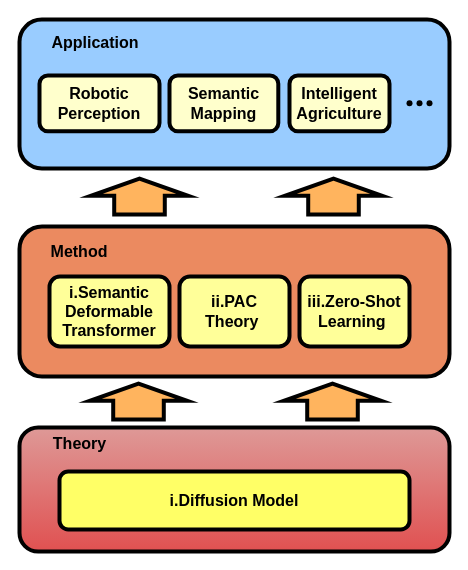
Before: RP2/Framework.drawio in KopiSoftware/draw_cc_cloud, a draw.io diagram. Source tidied: cells renumbered, new cells numbered last; positions are measured from the earlier drawing's top-left corner, leaving out a move shared by most shapes. Both pictures are drawn from the tidied source at 100%, with x=0, y=0 at pixel (19, 19).
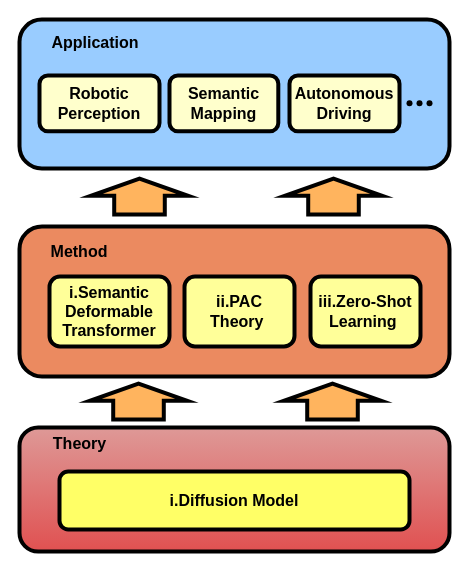
The same page after the edit.

The change refers to these unchanged cells:
```xml
<mxCell id="6" style="group;fillColor=default;" parent="1" vertex="1">
  <mxGeometry width="430" height="157" as="geometry" />
</mxCell>
```

Diff of the diagram source:
```diff
@@
-    <mxCell id="9" value="&lt;b&gt;&lt;font style=&quot;font-size: 16px;&quot;&gt;Intelligent&lt;br&gt;Agriculture&lt;br&gt;&lt;/font&gt;&lt;/b&gt;" style="rounded=1;whiteSpace=wrap;html=1;strokeWidth=4;fillColor=#FFFFCC;" parent="6" vertex="1">
-      <mxGeometry x="270" y="55.9" width="100" height="55.9" as="geometry" />
+    <mxCell id="9" value="&lt;b&gt;&lt;font style=&quot;font-size: 16px;&quot;&gt;Autonomous Driving&lt;/font&gt;&lt;/b&gt;" style="rounded=1;whiteSpace=wrap;html=1;strokeWidth=4;fillColor=#FFFFCC;" parent="6" vertex="1">
+      <mxGeometry x="270" y="55.9" width="110" height="55.9" as="geometry" />
     </mxCell>
@@
     <mxCell id="22" value="&lt;b style=&quot;border-color: var(--border-color); font-size: 16px;&quot;&gt;iii.Zero-Shot&lt;br style=&quot;border-color: var(--border-color);&quot;&gt;Learning&amp;nbsp;&lt;/b&gt;&lt;span style=&quot;font-size: 16px;&quot;&gt;&lt;b&gt;&lt;br&gt;&lt;/b&gt;&lt;/span&gt;" style="rounded=1;whiteSpace=wrap;html=1;strokeWidth=4;fillColor=#FFFF99;" parent="1" vertex="1">
-      <mxGeometry x="280" y="257" width="110" height="70" as="geometry" />
+      <mxGeometry x="291" y="257" width="110" height="70" as="geometry" />
     </mxCell>
     <mxCell id="23" value="&lt;b style=&quot;border-color: var(--border-color); font-size: 16px;&quot;&gt;ii.PAC Theory&amp;nbsp;&lt;/b&gt;&lt;span style=&quot;font-size: 16px;&quot;&gt;&lt;b&gt;&lt;br&gt;&lt;/b&gt;&lt;/span&gt;" style="rounded=1;whiteSpace=wrap;html=1;strokeWidth=4;fillColor=#FFFF99;" parent="1" vertex="1">
-      <mxGeometry x="160" y="257" width="110" height="70" as="geometry" />
+      <mxGeometry x="165" y="257" width="110" height="70" as="geometry" />
     </mxCell>
```
